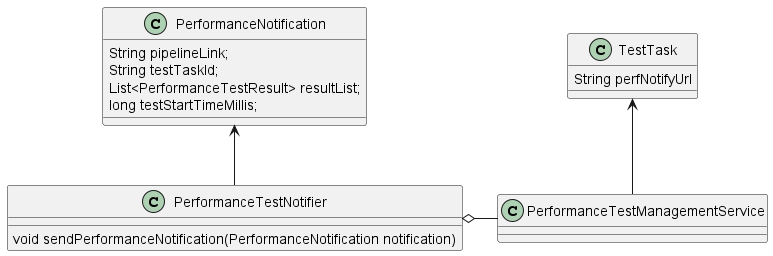
Above: docs/images/UML/performance_test_notify_uml.png in microsoft/HydraLab (PlantUML), before the change. The source it was exported from:
```plantuml
@startuml performance_test_notify_uml
class TestTask {
    String perfNotifyUrl
}

class PerformanceNotification {
    String pipelineLink;
    String testTaskId;
    List<PerformanceTestResult> resultList;
    long testStartTimeMillis;
}

class PerformanceTestNotifier {
    void sendPerformanceNotification(PerformanceNotification notification)
}

PerformanceTestManagementService -u-> TestTask
PerformanceTestNotifier o- PerformanceTestManagementService
PerformanceTestNotifier -u-> PerformanceNotification
@enduml
```
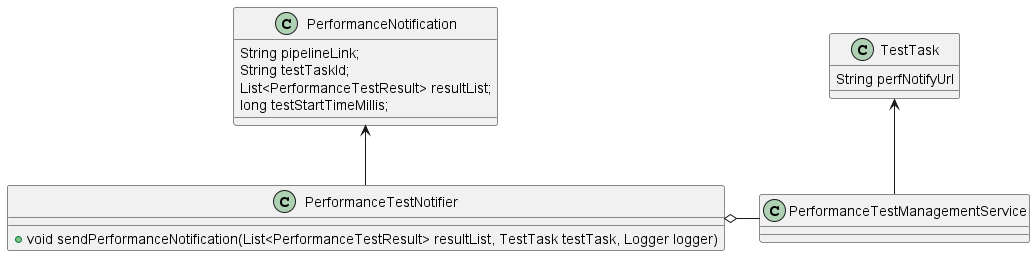
Above is the later version.

Change to the diagram source:
```diff
@@ -11,7 +11,7 @@
 }
 
 class PerformanceTestNotifier {
-    void sendPerformanceNotification(PerformanceNotification notification)
+    + void sendPerformanceNotification(List<PerformanceTestResult> resultList, TestTask testTask, Logger logger)
 }
 
 PerformanceTestManagementService -u-> TestTask
```
